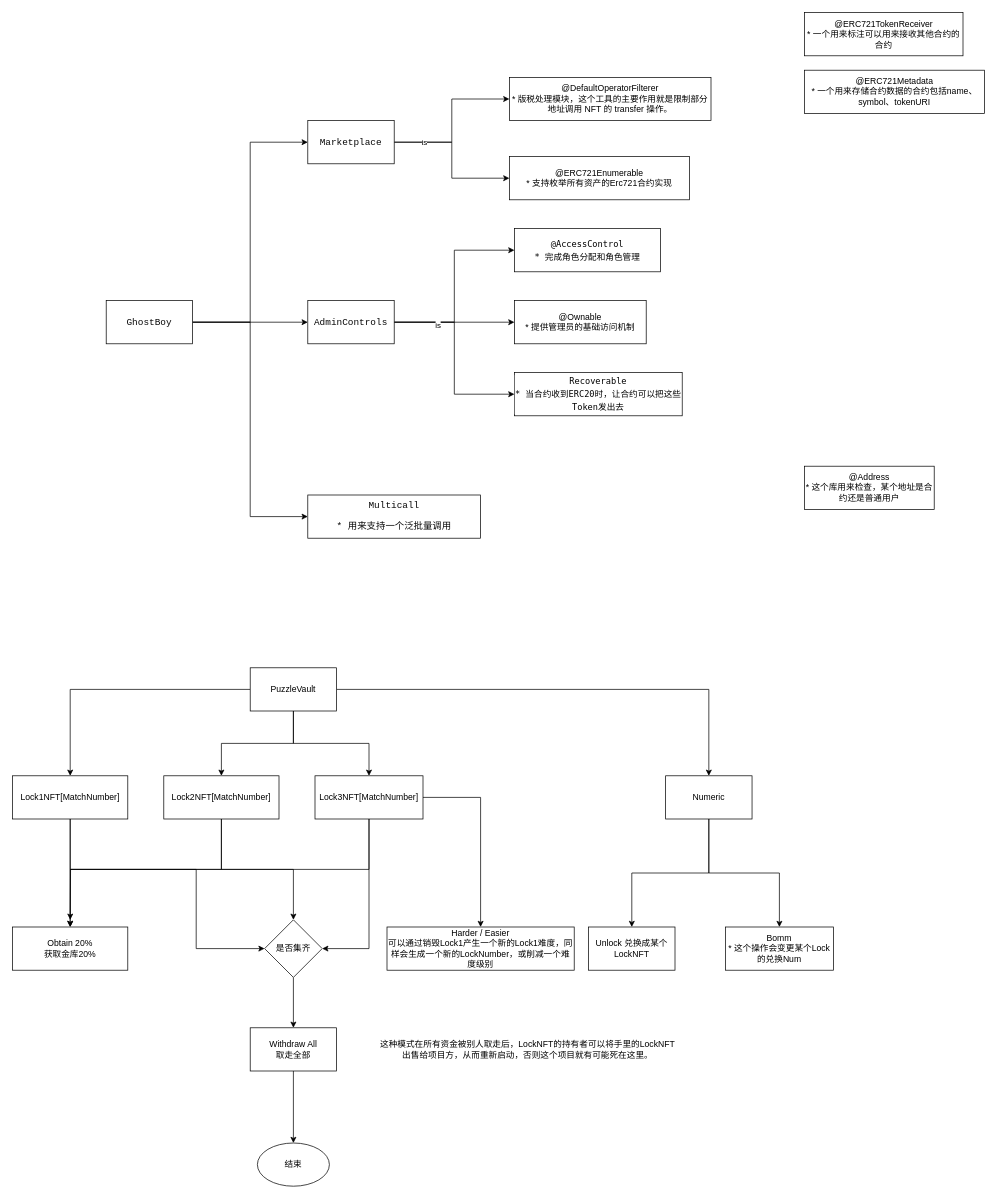
Earlier version of the draw.io diagram PuzzleVault.drawio (linhai0212/uml-idea). Source tidied: cells renumbered, new cells numbered last; positions are measured from the earlier drawing's top-left corner, leaving out a move shared by most shapes. Both pictures are drawn from the tidied source at 72%, with x=0, y=0 at pixel (12, 12).
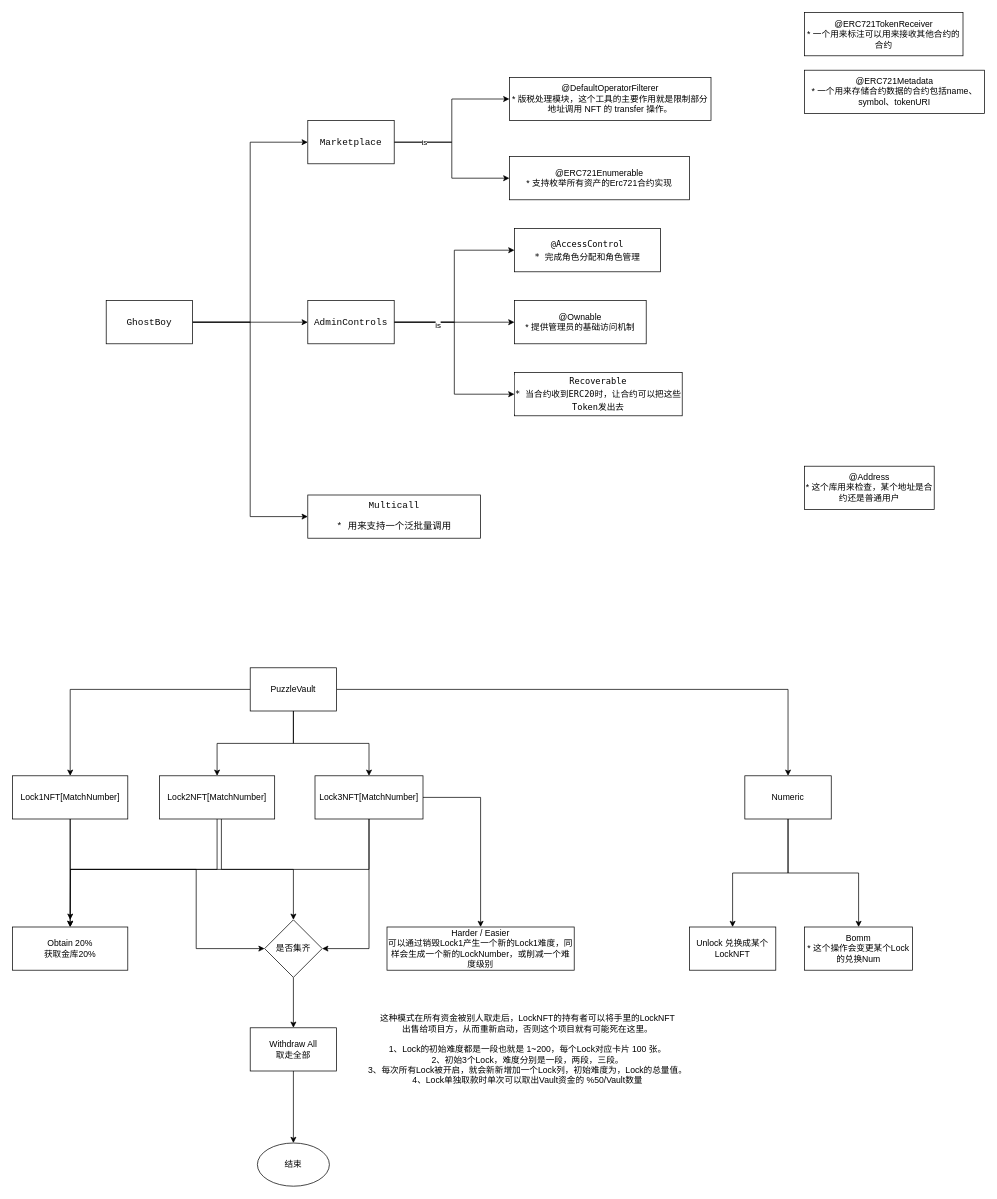
The same diagram, later.

What changed in the source:
```diff
@@
     <mxCell id="34" value="Lock2NFT[MatchNumber]" style="rounded=0;whiteSpace=wrap;html=1;" parent="1" vertex="1">
-      <mxGeometry x="210" y="1060" width="160" height="60" as="geometry" />
+      <mxGeometry x="204" y="1060" width="160" height="60" as="geometry" />
     </mxCell>
@@
     <mxCell id="41" value="Numeric" style="rounded=0;whiteSpace=wrap;html=1;" parent="1" vertex="1">
-      <mxGeometry x="907" y="1060" width="120" height="60" as="geometry" />
+      <mxGeometry x="1017" y="1060" width="120" height="60" as="geometry" />
     </mxCell>
     <mxCell id="42" value="Bomm&lt;br&gt;* 这个操作会变更某个Lock的兑换Num" style="rounded=0;whiteSpace=wrap;html=1;" parent="1" vertex="1">
-      <mxGeometry x="990" y="1270" width="150" height="60" as="geometry" />
+      <mxGeometry x="1100" y="1270" width="150" height="60" as="geometry" />
     </mxCell>
     <mxCell id="43" value="Unlock 兑换成某个LockNFT" style="rounded=0;whiteSpace=wrap;html=1;" parent="1" vertex="1">
-      <mxGeometry x="800" y="1270" width="120" height="60" as="geometry" />
+      <mxGeometry x="940" y="1270" width="120" height="60" as="geometry" />
     </mxCell>
@@
-    <mxCell id="51" value="这种模式在所有资金被别人取走后，LockNFT的持有者可以将手里的LockNFT&lt;br&gt;出售给项目方，从而重新启动，否则这个项目就有可能死在这里。" style="text;html=1;align=center;verticalAlign=middle;strokeColor=none;fillColor=none;" parent="1" vertex="1">
-      <mxGeometry x="500" y="1420" width="430" height="40" as="geometry" />
+    <mxCell id="51" value="这种模式在所有资金被别人取走后，LockNFT的持有者可以将手里的LockNFT&lt;br&gt;出售给项目方，从而重新启动，否则这个项目就有可能死在这里。&lt;br&gt;&lt;br&gt;1、Lock的初始难度都是一段也就是 1~200，每个Lock对应卡片 100 张。&lt;br&gt;2、初始3个Lock，难度分别是一段，两段，三段。&lt;br&gt;3、每次所有Lock被开启，就会新新增加一个Lock列，初始难度为，Lock的总量值。&lt;br&gt;4、Lock单独取款时单次可以取出Vault资金的 %50/Vault数量" style="text;html=1;align=center;verticalAlign=middle;strokeColor=none;fillColor=none;" parent="1" vertex="1">
+      <mxGeometry x="480" y="1385" width="470" height="110" as="geometry" />
     </mxCell>
```
